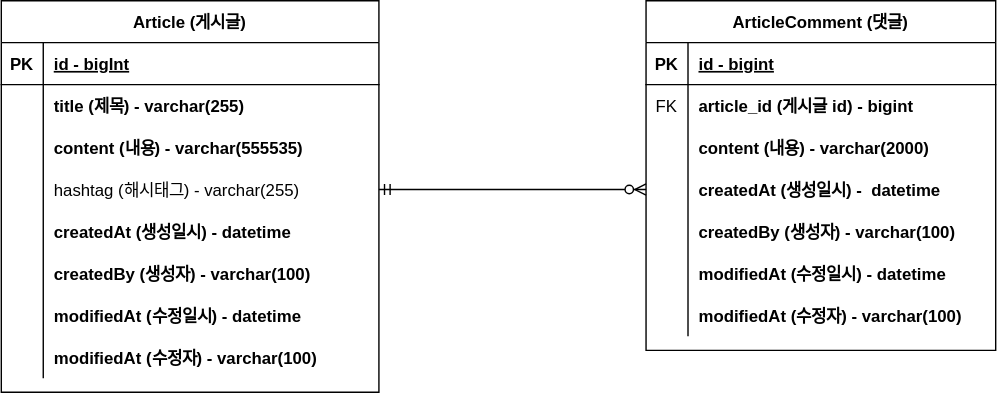
JuwoongKim/Simple-Board-Project keeps this draw.io diagram as document/project-board-erd.drawio.svg. Above is the earlier version. Source tidied: cells renumbered, new cells last; positions are measured from the earlier drawing's top-left corner, leaving out a move shared by most shapes.
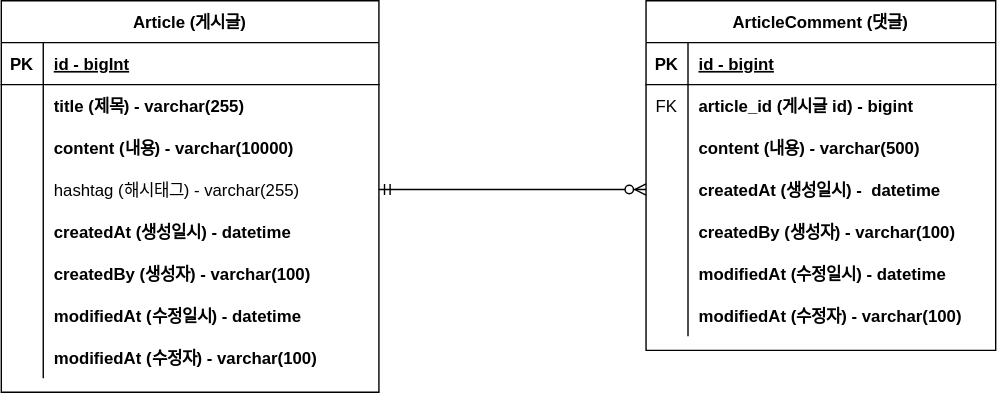
The same diagram one commit later.

Commit message:
#10-erd 업데이트 content size 변경

The edit, as a diff of the source:
```diff
@@ -29,7 +29,7 @@
     <mxCell id="10" style="shape=partialRectangle;fillColor=none;top=0;left=0;bottom=0;right=0;overflow=hidden;" parent="9" vertex="1">
       <mxGeometry width="30" height="30" as="geometry" />
     </mxCell>
-    <mxCell id="11" value="content (내용) - varchar(555535)" style="shape=partialRectangle;fillColor=none;top=0;left=0;bottom=0;right=0;align=left;spacingLeft=6;overflow=hidden;fontStyle=1;" parent="9" vertex="1">
+    <mxCell id="11" value="content (내용) - varchar(10000)" style="shape=partialRectangle;fillColor=none;top=0;left=0;bottom=0;right=0;align=left;spacingLeft=6;overflow=hidden;fontStyle=1;" parent="9" vertex="1">
       <mxGeometry x="30" width="240" height="30" as="geometry" />
     </mxCell>
     <mxCell id="12" style="shape=tableRow;horizontal=0;startSize=0;swimlaneHead=0;swimlaneBody=0;fillColor=none;points=[[0,0.5],[1,0.5]];portConstraint=eastwest;top=0;left=0;right=0;bottom=0;" parent="2" vertex="1">
@@ -104,7 +104,7 @@
     <mxCell id="35" style="shape=partialRectangle;fillColor=none;top=0;left=0;bottom=0;right=0;overflow=hidden;" parent="34" vertex="1">
       <mxGeometry width="30" height="30" as="geometry" />
     </mxCell>
-    <mxCell id="36" value="content (내용) - varchar(2000)" style="shape=partialRectangle;fillColor=none;top=0;left=0;bottom=0;right=0;align=left;spacingLeft=6;overflow=hidden;fontStyle=1;" parent="34" vertex="1">
+    <mxCell id="36" value="content (내용) - varchar(500)" style="shape=partialRectangle;fillColor=none;top=0;left=0;bottom=0;right=0;align=left;spacingLeft=6;overflow=hidden;fontStyle=1;" parent="34" vertex="1">
       <mxGeometry x="30" width="220" height="30" as="geometry" />
     </mxCell>
     <mxCell id="37" style="shape=tableRow;horizontal=0;startSize=0;swimlaneHead=0;swimlaneBody=0;fillColor=none;points=[[0,0.5],[1,0.5]];portConstraint=eastwest;top=0;left=0;right=0;bottom=0;" parent="27" vertex="1">
```
